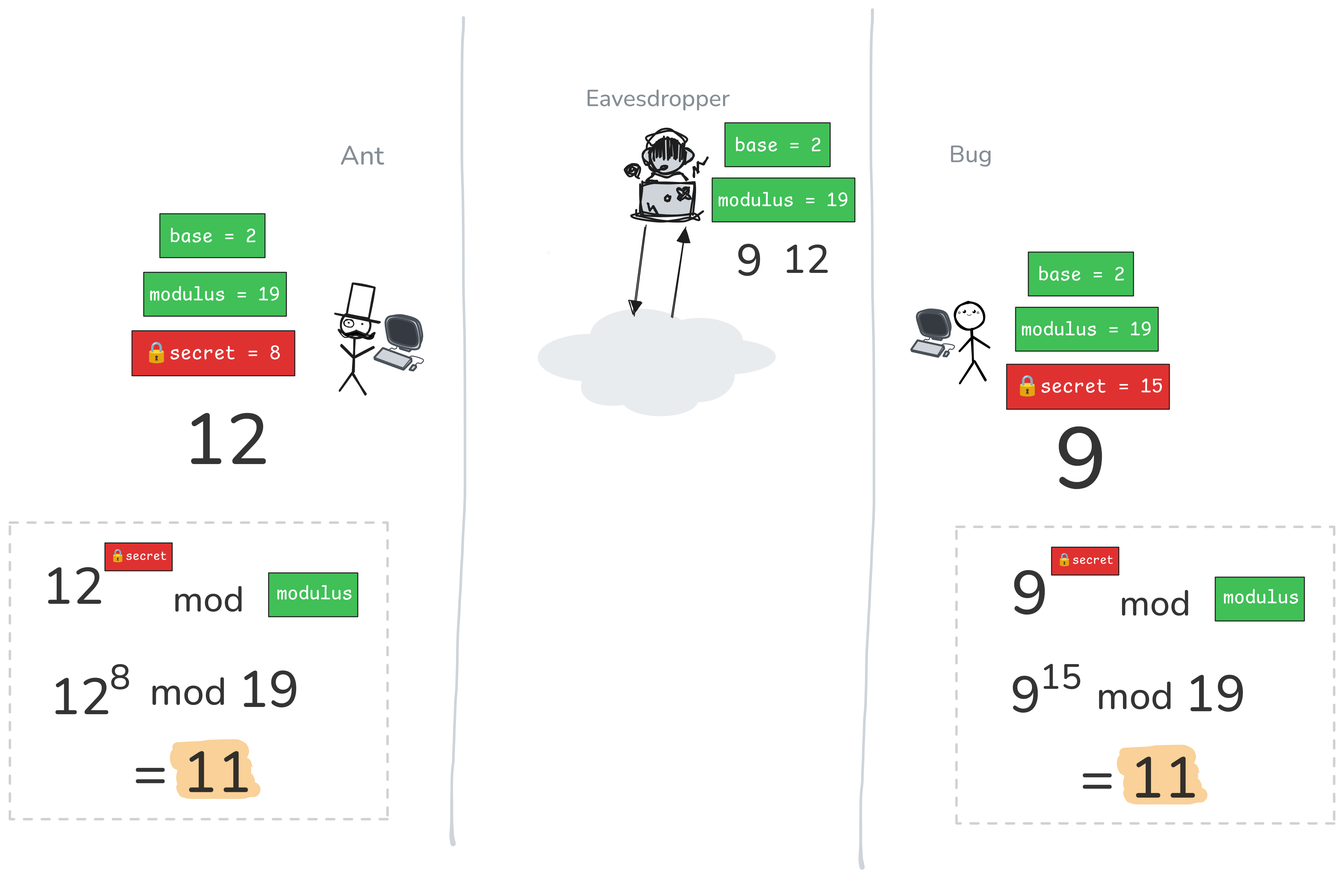
Earlier version of the Excalidraw export 7-diffie-merkle-hellman/real-step-4.png (Cryptography-for-Devs/Cryptography-for-Devs.github.io). Source tidied: one line per element, renumbered; positions are measured from the earlier drawing's top-left corner, leaving out a move shared by most shapes.
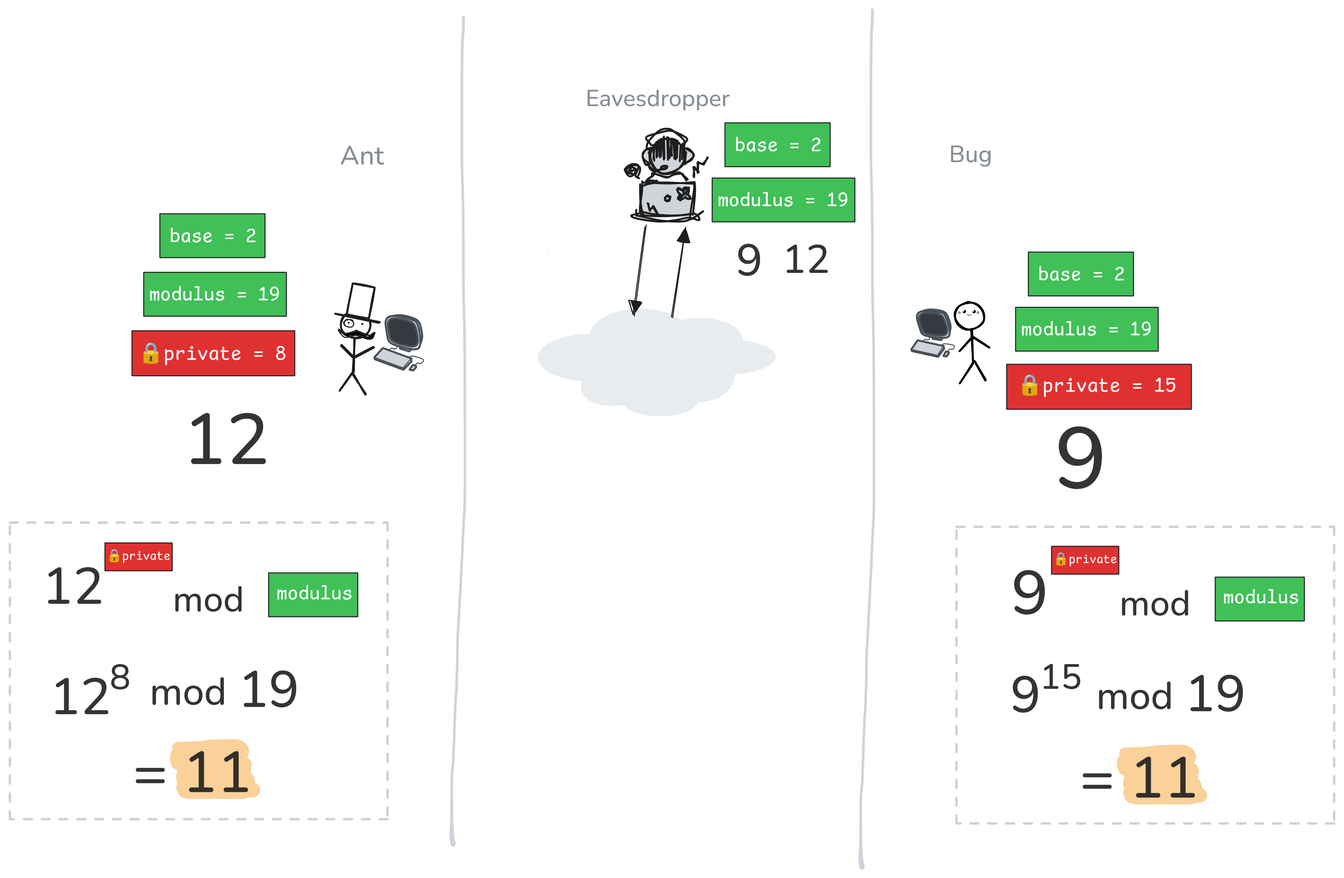
Above is the later version.

Commit message:
DH secret number to private number

The edit, as a diff of the source:
```diff
@@ -105,9 +105,9 @@
 {"id": 104, "type": "text", "text": "Eavesdropper", "strokeColor": "#868e96", "strokeWidth": 4, "roughness": 0, "fontSize": 23.49, "fontFamily": 6, "x": 583, "y": 74, "width": 148, "height": 32}
 {"id": 105, "type": "text", "text": "Bug", "strokeColor": "#868e96", "strokeWidth": 4, "roughness": 0, "fontSize": 23.83, "fontFamily": 6, "x": 950, "y": 130, "width": 44, "height": 32}
 {"id": 106, "type": "rectangle", "strokeColor": "#1e1e1e", "backgroundColor": "#e03131", "fillStyle": "solid", "strokeWidth": 1, "roughness": 0, "x": 124, "y": 325, "width": 165, "height": 46}
-{"id": 107, "type": "text", "text": "🔒secret = 8", "strokeColor": "#ffffff", "backgroundColor": "#e03131", "fillStyle": "solid", "strokeWidth": 1, "roughness": 0, "fontSize": 20.52, "fontFamily": 8, "textAlign": "center", "x": 136, "y": 335, "width": 138, "height": 26}
+{"id": 107, "type": "text", "text": "🔒private = 8", "strokeColor": "#ffffff", "backgroundColor": "#e03131", "fillStyle": "solid", "strokeWidth": 1, "roughness": 0, "fontSize": 20.52, "fontFamily": 8, "textAlign": "center", "x": 130, "y": 336, "width": 150, "height": 26}
-{"id": 108, "type": "rectangle", "strokeColor": "#1e1e1e", "backgroundColor": "#e03131", "fillStyle": "solid", "strokeWidth": 1, "roughness": 0, "x": 1009, "y": 358, "width": 165, "height": 46}
+{"id": 108, "type": "rectangle", "strokeColor": "#1e1e1e", "backgroundColor": "#e03131", "fillStyle": "solid", "strokeWidth": 1, "roughness": 0, "x": 1009, "y": 358, "width": 187, "height": 46}
-{"id": 109, "type": "text", "text": "🔒secret = 15", "strokeColor": "#ffffff", "backgroundColor": "#e03131", "fillStyle": "solid", "strokeWidth": 1, "roughness": 0, "fontSize": 20.52, "fontFamily": 8, "textAlign": "center", "x": 1017, "y": 369, "width": 150, "height": 26}
+{"id": 109, "type": "text", "text": "🔒private = 15", "strokeColor": "#ffffff", "backgroundColor": "#e03131", "fillStyle": "solid", "strokeWidth": 1, "roughness": 0, "fontSize": 20.52, "fontFamily": 8, "textAlign": "center", "x": 1019, "y": 368, "width": 161, "height": 26}
 {"id": 110, "type": "text", "text": "9", "strokeColor": "#1e1e1e", "strokeWidth": 4, "strokeStyle": "dashed", "roughness": 0, "opacity": 90, "fontSize": 88.51, "fontFamily": 6, "x": 1057, "y": 395, "width": 53, "height": 119}
 {"id": 111, "type": "text", "text": "9", "strokeColor": "#1e1e1e", "strokeWidth": 4, "strokeStyle": "dashed", "roughness": 0, "opacity": 90, "fontSize": 62.85, "fontFamily": 6, "x": 1013, "y": 548, "width": 38, "height": 85}
 {"id": 112, "type": "text", "text": "9", "strokeColor": "#1e1e1e", "strokeWidth": 4, "strokeStyle": "dashed", "roughness": 0, "opacity": 90, "fontSize": 45.02, "fontFamily": 6, "x": 735, "y": 223, "width": 27, "height": 61}
@@ -127,11 +127,11 @@
 {"id": 126, "type": "rectangle", "strokeColor": "#1e1e1e", "backgroundColor": "#40c057", "fillStyle": "solid", "strokeWidth": 1, "roughness": 0, "x": 262, "y": 569, "width": 90, "height": 44}
 {"id": 127, "type": "text", "text": "modulus", "strokeColor": "#ffffff", "backgroundColor": "#40c057", "fillStyle": "solid", "strokeWidth": 1, "roughness": 0, "fontSize": 20, "fontFamily": 8, "textAlign": "center", "x": 270, "y": 578, "width": 77, "height": 25}
 {"id": 128, "type": "rectangle", "strokeColor": "#1e1e1e", "backgroundColor": "#e03131", "fillStyle": "solid", "strokeWidth": 1, "roughness": 0, "x": 96, "y": 539, "width": 68, "height": 28}
-{"id": 129, "type": "text", "text": "🔒secret", "strokeColor": "#ffffff", "backgroundColor": "#e03131", "fillStyle": "solid", "strokeWidth": 1, "roughness": 0, "fontSize": 12.7, "fontFamily": 8, "textAlign": "center", "x": 101, "y": 545, "width": 58, "height": 16}
+{"id": 129, "type": "text", "text": "🔒private", "strokeColor": "#ffffff", "backgroundColor": "#e03131", "fillStyle": "solid", "strokeWidth": 1, "roughness": 0, "fontSize": 12.7, "fontFamily": 8, "textAlign": "center", "x": 98, "y": 545, "width": 65, "height": 16}
 {"id": 130, "type": "rectangle", "strokeColor": "#1e1e1e", "backgroundColor": "#40c057", "fillStyle": "solid", "strokeWidth": 1, "roughness": 0, "x": 1220, "y": 574, "width": 90, "height": 44}
 {"id": 131, "type": "text", "text": "modulus", "strokeColor": "#ffffff", "backgroundColor": "#40c057", "fillStyle": "solid", "strokeWidth": 1, "roughness": 0, "fontSize": 20, "fontFamily": 8, "textAlign": "center", "x": 1228, "y": 583, "width": 77, "height": 25}
 {"id": 132, "type": "rectangle", "strokeColor": "#1e1e1e", "backgroundColor": "#e03131", "fillStyle": "solid", "strokeWidth": 1, "roughness": 0, "x": 1054, "y": 543, "width": 68, "height": 28}
-{"id": 133, "type": "text", "text": "🔒secret", "strokeColor": "#ffffff", "backgroundColor": "#e03131", "fillStyle": "solid", "strokeWidth": 1, "roughness": 0, "fontSize": 12.7, "fontFamily": 8, "textAlign": "center", "x": 1059, "y": 549, "width": 58, "height": 16}
+{"id": 133, "type": "text", "text": "🔒private", "strokeColor": "#ffffff", "backgroundColor": "#e03131", "fillStyle": "solid", "strokeWidth": 1, "roughness": 0, "fontSize": 12.7, "fontFamily": 8, "textAlign": "center", "x": 1056, "y": 548, "width": 65, "height": 16}
 {"id": 134, "type": "rectangle", "strokeColor": "#868e96", "strokeWidth": 2, "strokeStyle": "dashed", "roughness": 0, "opacity": 40, "x": 958, "y": 523, "width": 382, "height": 300}
 {"id": 135, "type": "text", "text": "mod", "strokeColor": "#1e1e1e", "strokeWidth": 4, "strokeStyle": "dashed", "roughness": 0, "opacity": 90, "fontSize": 36, "fontFamily": 6, "x": 1123, "y": 576, "width": 72, "height": 49}
 {"id": 136, "type": "text", "text": "mod", "strokeColor": "#1e1e1e", "strokeWidth": 4, "strokeStyle": "dashed", "roughness": 0, "opacity": 90, "fontSize": 38.87, "fontFamily": 6, "x": 1099, "y": 668, "width": 78, "height": 52}
```
